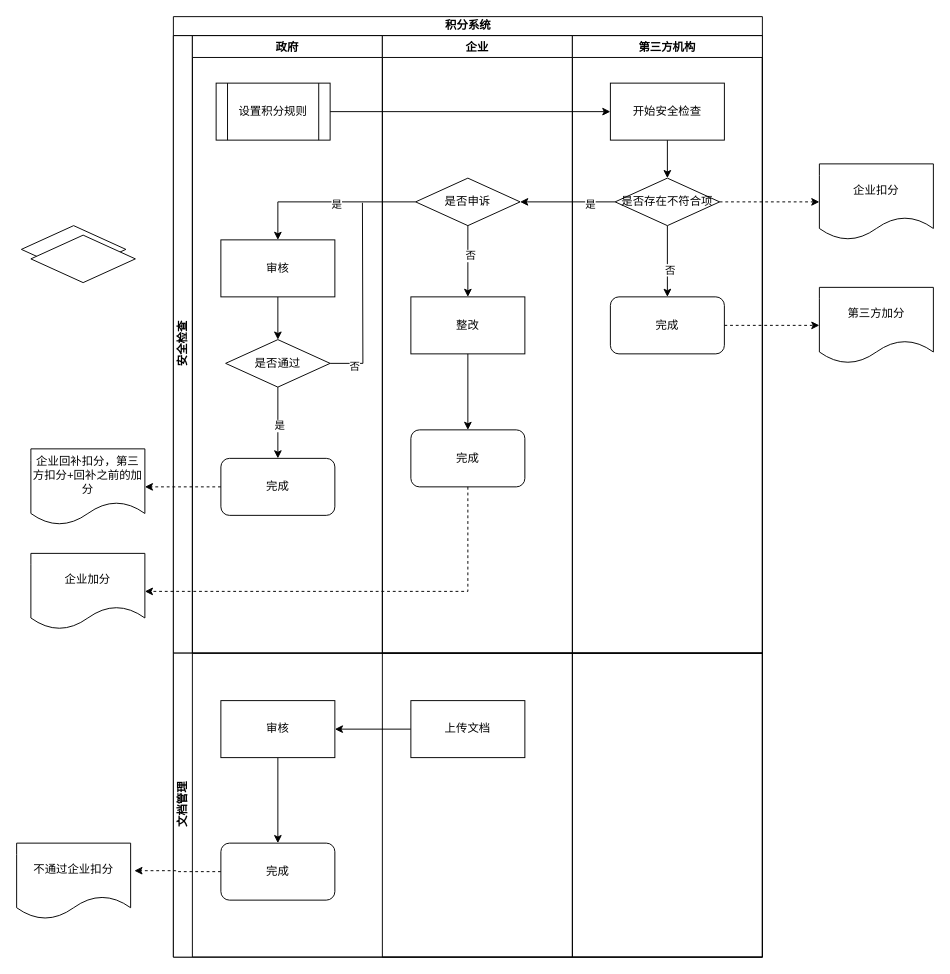
hk19950707/flow-diagram keeps this draw.io diagram as 中科星图-积分系统.drawio. Above is the earlier version. Source tidied: cells renumbered, new cells numbered last; positions are measured from the earlier drawing's top-left corner, leaving out a move shared by most shapes. Both pictures are drawn from the tidied source at 95%, with x=0, y=0 at pixel (16, 16).
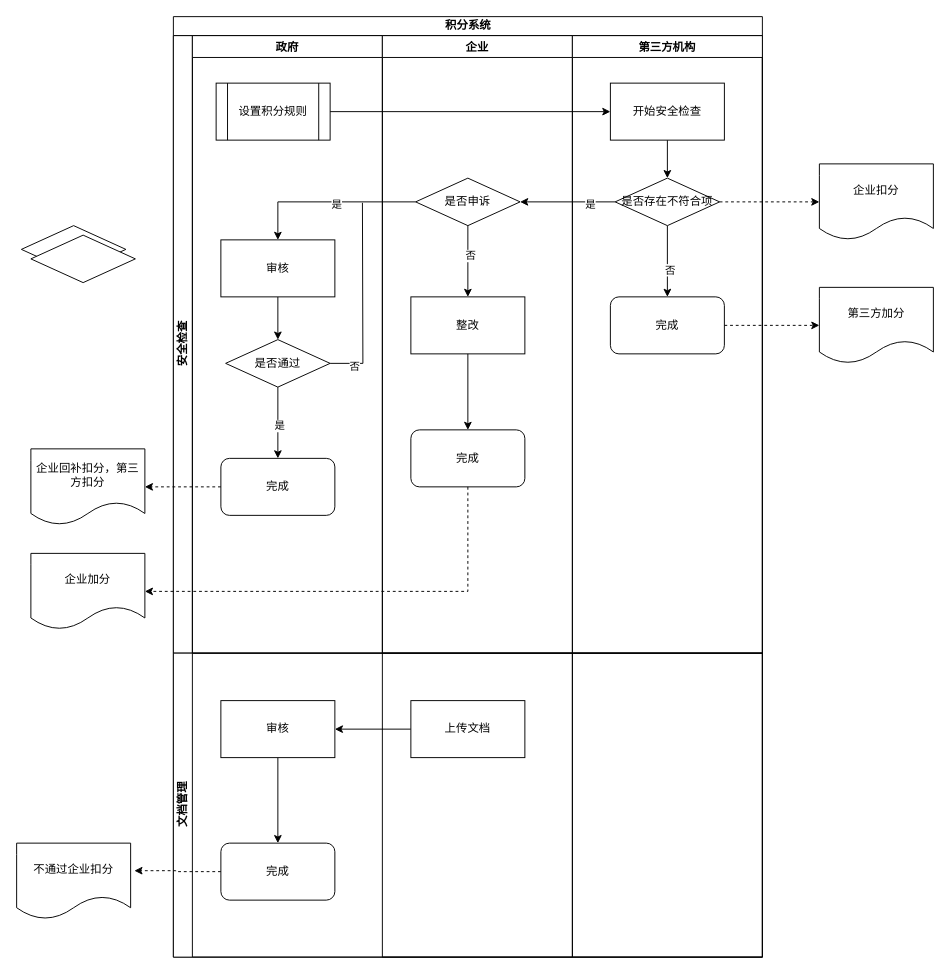
Above is the later version.

Commit message:
更新中科星图-积分系统.drawio

The change refers to these unchanged cells:
```xml
<mxCell id="3" value="安全检查" style="swimlane;startSize=20;horizontal=0;html=1;" parent="2" vertex="1">
  <mxGeometry y="20" width="620" height="650" as="geometry" />
</mxCell>
```

What changed in the source:
```diff
@@
-    <mxCell id="33" value="企业回补扣分，第三方扣分+回补之前的加分" style="shape=document;whiteSpace=wrap;html=1;boundedLbl=1;rounded=1;" parent="3" vertex="1">
+    <mxCell id="33" value="企业回补扣分，第三方扣分" style="shape=document;whiteSpace=wrap;html=1;boundedLbl=1;rounded=1;" parent="3" vertex="1">
       <mxGeometry x="-150" y="435" width="120" height="80" as="geometry" />
     </mxCell>
```
